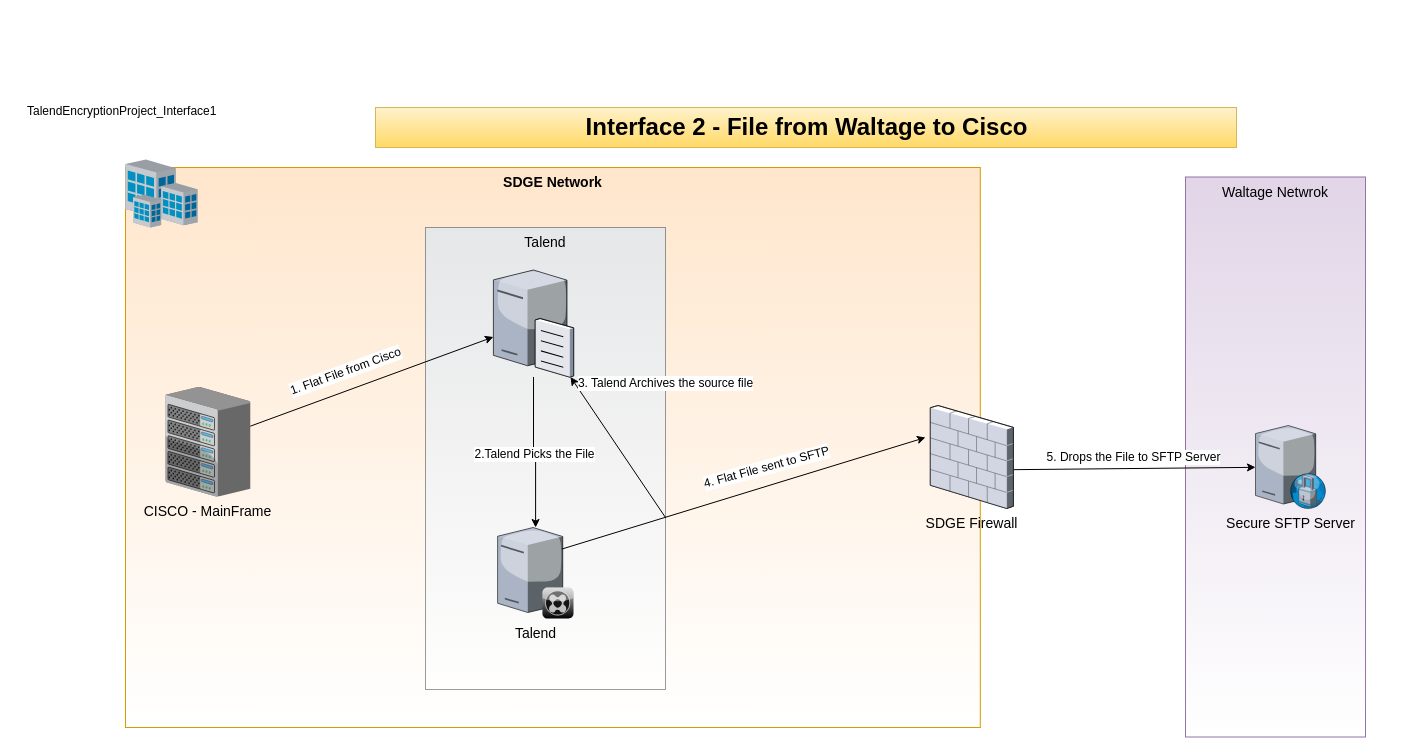
Earlier version of the draw.io diagram TalendEncryptionProject_Interface2.drawio (reach2nipun/IntegrationDiagrams). Source tidied: cells renumbered, new cells numbered last; positions are measured from the earlier drawing's top-left corner, leaving out a move shared by most shapes. Both pictures are drawn from the tidied source at 100%, with x=0, y=0 at pixel (25, 97).
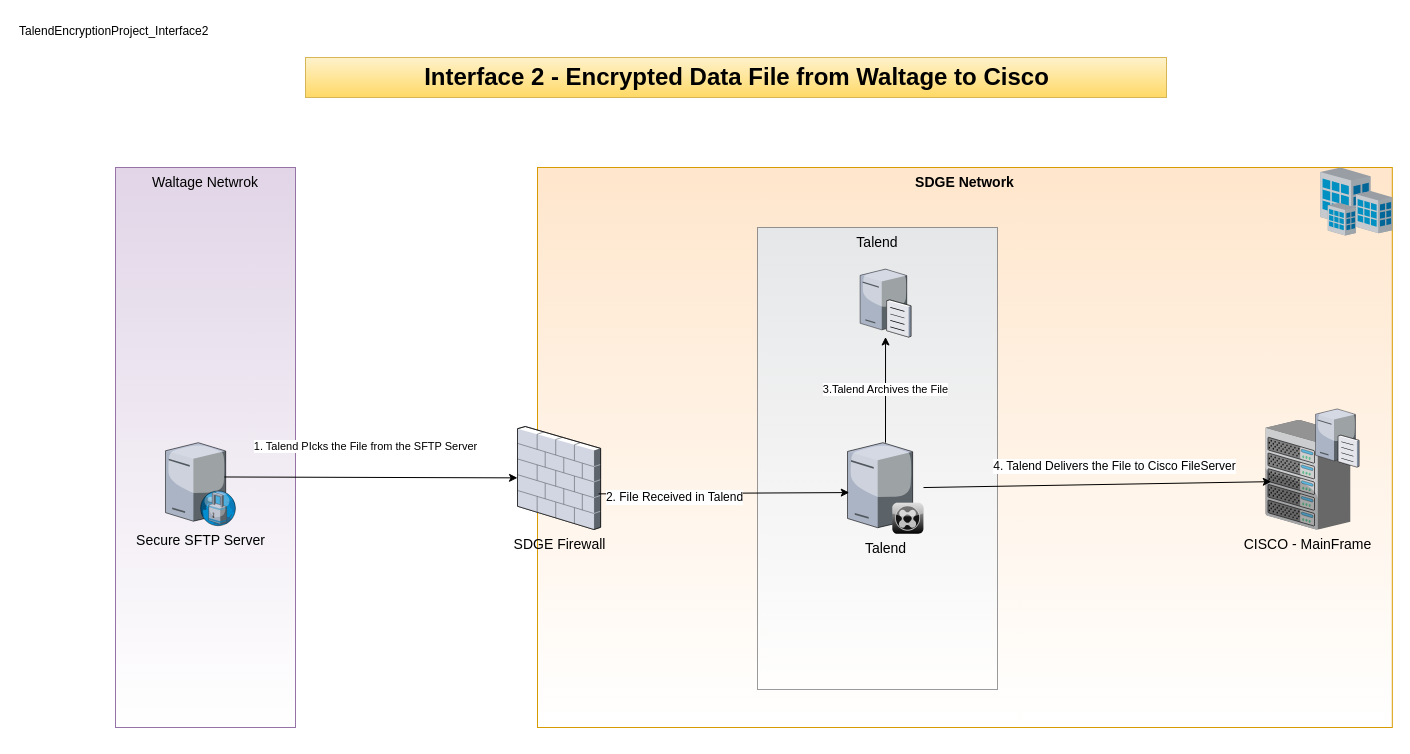
After the change.

What changed in the source:
```diff
@@
     <mxCell id="2" value="&lt;b&gt;SDGE Network&lt;/b&gt;" style="whiteSpace=wrap;html=1;fillColor=#ffe6cc;fontSize=14;strokeColor=#d79b00;verticalAlign=top;gradientColor=#ffffff;" parent="1" vertex="1">
-      <mxGeometry x="100" y="70" width="854.8" height="560" as="geometry" />
+      <mxGeometry x="512" y="70" width="854.8" height="560" as="geometry" />
     </mxCell>
     <mxCell id="3" value="Talend" style="whiteSpace=wrap;html=1;fillColor=#cce5ff;fontSize=14;strokeColor=#36393d;verticalAlign=top;opacity=50;gradientColor=#ffffff;" parent="1" vertex="1">
-      <mxGeometry x="400" y="130" width="240" height="462" as="geometry" />
+      <mxGeometry x="732" y="130" width="240" height="462" as="geometry" />
     </mxCell>
     <mxCell id="4" value="Waltage Netwrok" style="whiteSpace=wrap;html=1;fillColor=#e1d5e7;fontSize=14;strokeColor=#9673a6;verticalAlign=top;gradientColor=#ffffff;" parent="1" vertex="1">
-      <mxGeometry x="1160" y="79.5" width="180" height="560" as="geometry" />
+      <mxGeometry x="90" y="70" width="180" height="560" as="geometry" />
     </mxCell>
     <mxCell id="5" value="Talend" style="verticalLabelPosition=bottom;html=1;verticalAlign=top;strokeColor=none;shape=mxgraph.citrix.xenclient_synchronizer;fillColor=#CCCCCC;gradientColor=#000000;gradientDirection=south;fontSize=14;" parent="1" vertex="1">
-      <mxGeometry x="472.1" y="430" width="76" height="91" as="geometry" />
+      <mxGeometry x="822" y="345.2" width="76" height="91" as="geometry" />
     </mxCell>
     <mxCell id="6" value="CISCO - MainFrame" style="verticalLabelPosition=bottom;html=1;verticalAlign=top;strokeColor=none;shape=mxgraph.citrix.chassis;fillColor=#66B2FF;gradientColor=#0066CC;fontSize=14;" parent="1" vertex="1">
-      <mxGeometry x="140" y="289.5" width="84.8" height="109.5" as="geometry" />
+      <mxGeometry x="1240" y="322.5" width="84.8" height="109.5" as="geometry" />
     </mxCell>
     <mxCell id="7" value="SDGE Firewall" style="verticalLabelPosition=bottom;html=1;verticalAlign=top;strokeColor=none;shape=mxgraph.citrix.firewall;fillColor=#66B2FF;gradientColor=#0066CC;fontSize=14;" parent="1" vertex="1">
-      <mxGeometry x="904.8" y="308" width="83.1" height="103" as="geometry" />
+      <mxGeometry x="492" y="329" width="83.1" height="103" as="geometry" />
     </mxCell>
     <mxCell id="8" value="Secure SFTP Server" style="verticalLabelPosition=bottom;html=1;verticalAlign=top;strokeColor=none;shape=mxgraph.citrix.proxy_server;fillColor=#66B2FF;gradientColor=#0066CC;fontSize=14;" parent="1" vertex="1">
-      <mxGeometry x="1230" y="328" width="70.5" height="83" as="geometry" />
+      <mxGeometry x="140" y="345.2" width="70.5" height="83" as="geometry" />
     </mxCell>
     <mxCell id="9" style="verticalLabelPosition=bottom;html=1;verticalAlign=top;strokeColor=none;shape=mxgraph.citrix.site;fillColor=#66B2FF;gradientColor=#0066CC;fontSize=14;" parent="1" vertex="1">
-      <mxGeometry x="100" y="62" width="72" height="68" as="geometry" />
+      <mxGeometry x="1294.8" y="70" width="72" height="68" as="geometry" />
     </mxCell>
-    <mxCell id="10" value="Interface&amp;nbsp;2 - File from Waltage to Cisco" style="text;strokeColor=#d6b656;fillColor=#fff2cc;html=1;fontSize=24;fontStyle=1;verticalAlign=middle;align=center;gradientColor=#ffd966;" parent="1" vertex="1">
-      <mxGeometry x="350" y="10" width="861" height="40" as="geometry" />
+    <mxCell id="10" value="Interface&amp;nbsp;2 - Encrypted Data File from Waltage to Cisco" style="text;strokeColor=#d6b656;fillColor=#fff2cc;html=1;fontSize=24;fontStyle=1;verticalAlign=middle;align=center;gradientColor=#ffd966;" parent="1" vertex="1">
+      <mxGeometry x="280" y="-40" width="861" height="40" as="geometry" />
     </mxCell>
-    <mxCell id="11" style="endArrow=classic;html=1;" parent="1" edge="1" source="6" target="19">
-      <mxGeometry relative="1" as="geometry" />
-    </mxCell>
-    <mxCell id="12" value="1. Flat File from Cisco" style="text;html=1;align=center;verticalAlign=middle;labelBackgroundColor=#ffffff;rotation=-20;" parent="11" vertex="1">
-      <mxGeometry x="-0.21" y="3" relative="1" as="geometry">
-        <mxPoint y="-17.2" as="offset" />
-      </mxGeometry>
-    </mxCell>
-    <mxCell id="13" style="endArrow=classic;html=1;exitX=0.845;exitY=0.237;exitDx=0;exitDy=0;exitPerimeter=0;" parent="1" edge="1" source="5">
-      <mxGeometry relative="1" as="geometry">
-        <mxPoint x="900" y="340" as="targetPoint" />
-      </mxGeometry>
-    </mxCell>
-    <mxCell id="14" value="4. Flat File sent to SFTP" style="text;html=1;align=center;verticalAlign=middle;labelBackgroundColor=#ffffff;rotation=-15;" parent="13" vertex="1">
-      <mxGeometry x="-0.25" y="-1" relative="1" as="geometry">
-        <mxPoint x="66.8" y="-41.1" as="offset" />
-      </mxGeometry>
-    </mxCell>
-    <mxCell id="15" style="endArrow=classic;html=1;exitX=1.003;exitY=0.623;exitDx=0;exitDy=0;exitPerimeter=0;" parent="1" edge="1" source="7" target="8">
-      <mxGeometry relative="1" as="geometry" />
-    </mxCell>
-    <mxCell id="16" value="5. Drops the File to SFTP Server" style="text;html=1;align=center;verticalAlign=middle;labelBackgroundColor=#ffffff;" parent="15" vertex="1">
-      <mxGeometry x="0.35" y="2" relative="1" as="geometry">
-        <mxPoint x="-43.8" y="-9.1" as="offset" />
-      </mxGeometry>
-    </mxCell>
-    <mxCell id="17" style="edgeStyle=orthogonalEdgeStyle;rounded=0;jettySize=auto;html=1;" parent="1" edge="1" source="19" target="5">
-      <mxGeometry relative="1" as="geometry" />
-    </mxCell>
-    <mxCell id="18" value="2.Talend Picks the File" style="text;html=1;align=center;verticalAlign=middle;labelBackgroundColor=#ffffff;" parent="17" vertex="1">
-      <mxGeometry x="-0.3" y="-24" relative="1" as="geometry">
-        <mxPoint x="24" y="24" as="offset" />
-      </mxGeometry>
-    </mxCell>
     <mxCell id="19" style="verticalLabelPosition=bottom;html=1;verticalAlign=top;strokeColor=none;align=center;outlineConnect=0;shape=mxgraph.citrix.file_server;" parent="1" vertex="1">
-      <mxGeometry x="467.9" y="170" width="80.2" height="109.5" as="geometry" />
+      <mxGeometry x="834.6" y="170" width="50.9" height="69.5" as="geometry" />
     </mxCell>
-    <mxCell id="20" style="endArrow=classic;html=1;" parent="1" edge="1" target="19">
-      <mxGeometry relative="1" as="geometry">
-        <mxPoint x="640" y="420" as="sourcePoint" />
-      </mxGeometry>
-    </mxCell>
-    <mxCell id="21" value="3. Talend Archives the source file" style="text;html=1;align=center;verticalAlign=middle;labelBackgroundColor=#ffffff;rotation=0;" parent="20" vertex="1">
-      <mxGeometry x="0.11" y="1" relative="1" as="geometry">
-        <mxPoint x="52.7" y="-56.8" as="offset" />
-      </mxGeometry>
-    </mxCell>
-    <mxCell id="22" value="TalendEncryptionProject_Interface1" style="text;html=1;" parent="1" vertex="1">
-      <mxGeometry width="210" height="30" as="geometry" />
+    <mxCell id="22" value="TalendEncryptionProject_Interface2" style="text;html=1;" parent="1" vertex="1">
+      <mxGeometry x="-8" y="-80" width="210" height="30" as="geometry" />
     </mxCell>
+    <mxCell id="23" style="endArrow=classic;html=1;exitX=0.976;exitY=0.654;exitDx=0;exitDy=0;exitPerimeter=0;entryX=0.023;entryY=0.548;entryDx=0;entryDy=0;entryPerimeter=0;" parent="1" edge="1" source="7" target="5">
+      <mxGeometry relative="1" as="geometry" />
+    </mxCell>
+    <mxCell id="24" value="2. File Received in Talend" style="text;html=1;align=center;verticalAlign=middle;labelBackgroundColor=#ffffff;" parent="23" vertex="1">
+      <mxGeometry x="-0.39" y="-4" relative="1" as="geometry">
+        <mxPoint x="-1" as="offset" />
+      </mxGeometry>
+    </mxCell>
+    <mxCell id="25" style="endArrow=classic;html=1;entryX=0.068;entryY=0.563;entryDx=0;entryDy=0;entryPerimeter=0;" parent="1" edge="1" source="5" target="6">
+      <mxGeometry relative="1" as="geometry" />
+    </mxCell>
+    <mxCell id="26" value="4. Talend Delivers the File to Cisco FileServer" style="text;html=1;align=center;verticalAlign=middle;labelBackgroundColor=#ffffff;" parent="25" vertex="1">
+      <mxGeometry x="0.1" y="-1" relative="1" as="geometry">
+        <mxPoint y="-19.4" as="offset" />
+      </mxGeometry>
+    </mxCell>
+    <mxCell id="27" value="1. Talend PIcks the File from the SFTP Server" style="endArrow=classic;html=1;exitX=0.836;exitY=0.413;exitDx=0;exitDy=0;exitPerimeter=0;" parent="1" edge="1" source="8" target="7">
+      <mxGeometry x="-0.04" y="31" relative="1" as="geometry" />
+    </mxCell>
+    <mxCell id="28" value="3.Talend Archives the File" style="endArrow=classic;html=1;" parent="1" edge="1" source="5" target="19">
+      <mxGeometry relative="1" as="geometry" />
+    </mxCell>
+    <mxCell id="29" style="verticalLabelPosition=bottom;html=1;verticalAlign=top;strokeColor=none;align=center;shape=mxgraph.citrix.file_server;" parent="1" vertex="1">
+      <mxGeometry x="1290" y="310" width="43.5" height="59.5" as="geometry" />
+    </mxCell>
```
